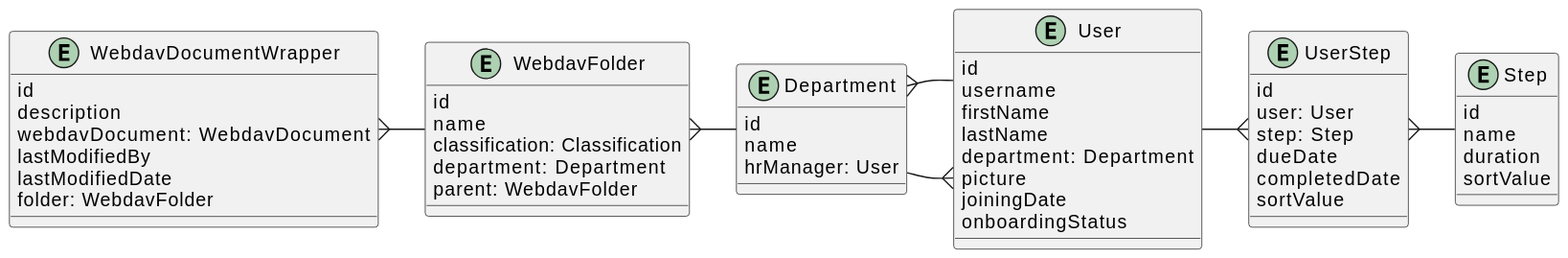
Earlier version of the PlantUML export content/modules/webdav/images/data-model.svg (jmix-framework/jmix-docs). Source of this version:
```plantuml
@startuml
entity Step {
    id
    name
    duration
    sortValue
}

entity Department {
    id
    name
    hrManager: User
}

entity WebdavDocumentWrapper {
    id
    description
    webdavDocument: WebdavDocument
    lastModifiedBy
    lastModifiedDate
    folder: WebdavFolder
}

entity WebdavFolder {
    id
    name
    classification: Classification
    department: Department
    parent: WebdavFolder
}

entity User {
    id
    username
    firstName
    lastName
    department: Department
    picture
    joiningDate
    onboardingStatus
}

entity UserStep {
    id
    user: User
    step: Step
    dueDate
    completedDate
    sortValue
}

User -{ UserStep
UserStep }- Step
WebdavFolder }- Department
WebdavDocumentWrapper }- WebdavFolder
Department -{ User
Department }- User
@enduml
```
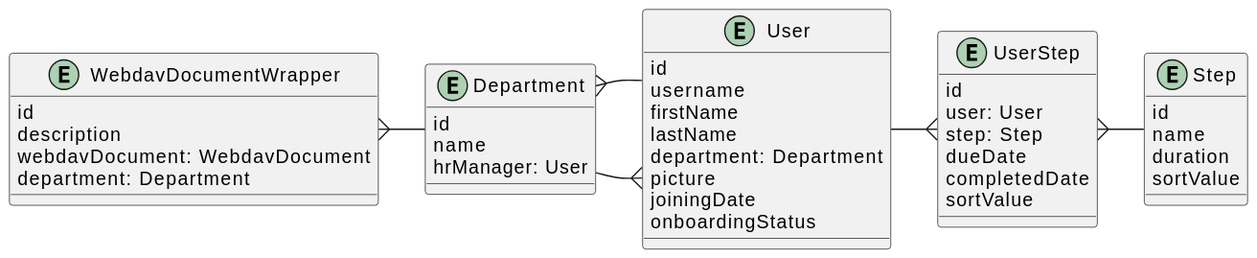
The same file after the commit.

The edit, as a diff of the source:
```diff
@@ -16,17 +16,7 @@
     id
     description
     webdavDocument: WebdavDocument
-    lastModifiedBy
-    lastModifiedDate
-    folder: WebdavFolder
-}
-
-entity WebdavFolder {
-    id
-    name
-    classification: Classification
     department: Department
-    parent: WebdavFolder
 }
 
 entity User {
@@ -51,8 +41,7 @@
 
 User -{ UserStep
 UserStep }- Step
-WebdavFolder }- Department
-WebdavDocumentWrapper }- WebdavFolder
+WebdavDocumentWrapper }- Department
 Department -{ User
 Department }- User
 @enduml
```
